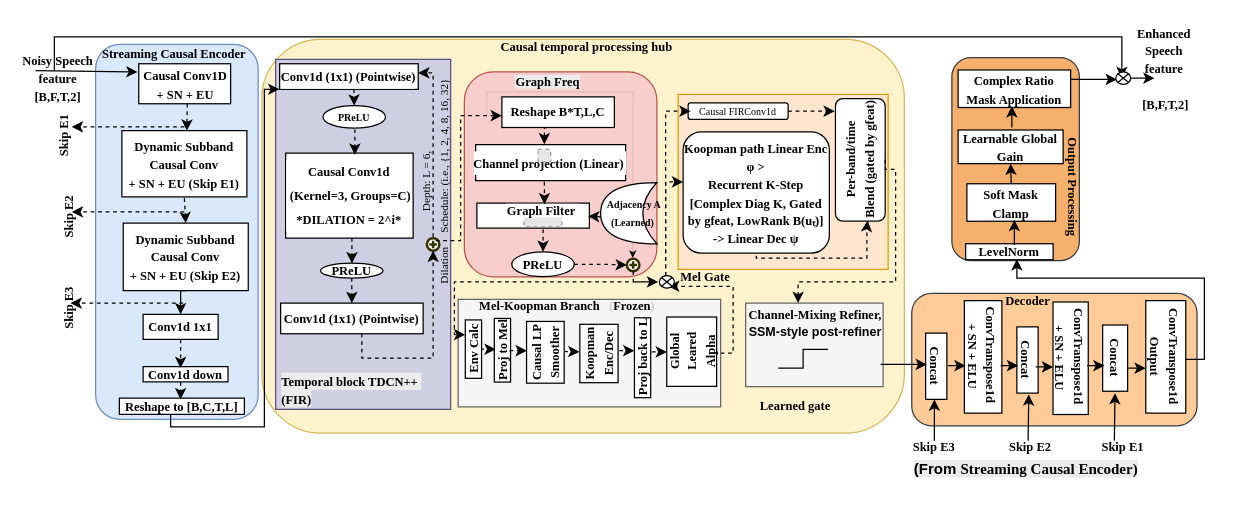
The draw.io diagram MyMelKoop.drawio in drchk/Visuasdd, before the edit. Source tidied: cells renumbered, new cells numbered last; positions are measured from the earlier drawing's top-left corner, leaving out a move shared by most shapes. Both pictures are drawn from the tidied source at 125%, with x=0, y=0 at pixel (11, 28). Pictures stored in the file or linked from it are replaced by grey dashed boxes.
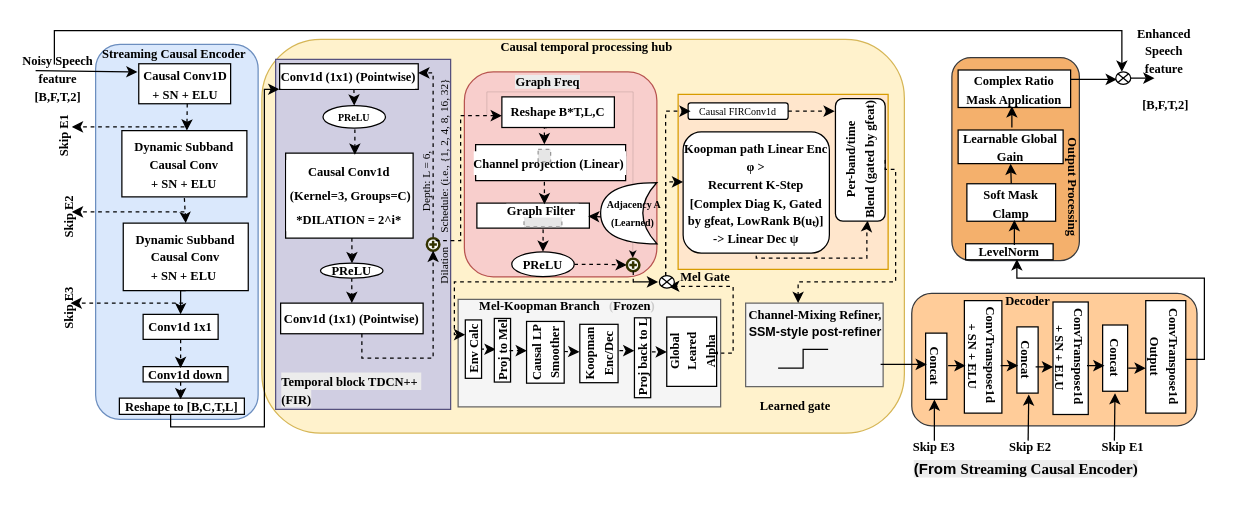
After the change.

Change to the diagram source:
```diff
@@
-    <mxCell id="5" value="&lt;font style=&quot;font-size: 10px;&quot; face=&quot;Times New Roman&quot;&gt;&lt;b style=&quot;&quot;&gt;Causal Conv1D&lt;/b&gt;&lt;/font&gt;&lt;div&gt;&lt;font style=&quot;font-size: 10px;&quot; face=&quot;Times New Roman&quot;&gt;&lt;b style=&quot;&quot;&gt;+ SN + EU&lt;/b&gt;&lt;/font&gt;&lt;/div&gt;" style="rounded=0;whiteSpace=wrap;html=1;" parent="1" vertex="1">
+    <mxCell id="5" value="&lt;font style=&quot;font-size: 10px;&quot; face=&quot;Times New Roman&quot;&gt;&lt;b style=&quot;&quot;&gt;Causal Conv1D&lt;/b&gt;&lt;/font&gt;&lt;div&gt;&lt;font style=&quot;font-size: 10px;&quot; face=&quot;Times New Roman&quot;&gt;&lt;b style=&quot;&quot;&gt;+ SN + ELU&lt;/b&gt;&lt;/font&gt;&lt;/div&gt;" style="rounded=0;whiteSpace=wrap;html=1;" parent="1" vertex="1">
       <mxGeometry x="101.5" y="28.5" width="73.5" height="32" as="geometry" />
     </mxCell>
-    <mxCell id="6" value="&lt;font face=&quot;Times New Roman&quot; style=&quot;font-size: 10px;&quot;&gt;&lt;b style=&quot;&quot;&gt;Dynamic Subband&lt;/b&gt;&lt;/font&gt;&lt;div&gt;&lt;font face=&quot;Times New Roman&quot; style=&quot;font-size: 10px;&quot;&gt;&lt;b&gt;Causal Conv&lt;/b&gt;&lt;/font&gt;&lt;/div&gt;&lt;div&gt;&lt;b&gt;&lt;font style=&quot;font-size: 10px;&quot;&gt;&lt;font face=&quot;Times New Roman&quot; style=&quot;&quot;&gt;+ SN + EU&amp;nbsp;&lt;/font&gt;&lt;span style=&quot;font-family: &amp;quot;Times New Roman&amp;quot;; background-color: transparent; color: light-dark(rgb(0, 0, 0), rgb(255, 255, 255));&quot;&gt;(Skip E1)&lt;/span&gt;&lt;/font&gt;&lt;/b&gt;&lt;/div&gt;" style="rounded=0;whiteSpace=wrap;html=1;" parent="1" vertex="1">
+    <mxCell id="6" value="&lt;font face=&quot;Times New Roman&quot; style=&quot;font-size: 10px;&quot;&gt;&lt;b style=&quot;&quot;&gt;Dynamic Subband&lt;/b&gt;&lt;/font&gt;&lt;div&gt;&lt;font face=&quot;Times New Roman&quot; style=&quot;font-size: 10px;&quot;&gt;&lt;b&gt;Causal Conv&lt;/b&gt;&lt;/font&gt;&lt;/div&gt;&lt;div&gt;&lt;b&gt;&lt;font style=&quot;font-size: 10px;&quot;&gt;&lt;font face=&quot;Times New Roman&quot; style=&quot;&quot;&gt;+ SN + ELU&lt;/font&gt;&lt;/font&gt;&lt;/b&gt;&lt;/div&gt;" style="rounded=0;whiteSpace=wrap;html=1;" parent="1" vertex="1">
       <mxGeometry x="88" y="82" width="100" height="53" as="geometry" />
     </mxCell>
@@
-    <mxCell id="8" value="&lt;font face=&quot;Times New Roman&quot; style=&quot;font-size: 10px;&quot;&gt;&lt;b style=&quot;&quot;&gt;Dynamic Subband&lt;/b&gt;&lt;/font&gt;&lt;div&gt;&lt;font face=&quot;Times New Roman&quot; style=&quot;font-size: 10px;&quot;&gt;&lt;b&gt;Causal Conv&lt;/b&gt;&lt;/font&gt;&lt;/div&gt;&lt;div&gt;&lt;b&gt;&lt;font style=&quot;font-size: 10px;&quot;&gt;&lt;font face=&quot;Times New Roman&quot; style=&quot;&quot;&gt;+ SN + EU&amp;nbsp;&lt;/font&gt;&lt;span style=&quot;font-family: &amp;quot;Times New Roman&amp;quot;; background-color: transparent; color: light-dark(rgb(0, 0, 0), rgb(255, 255, 255));&quot;&gt;(Skip E2)&lt;/span&gt;&lt;/font&gt;&lt;/b&gt;&lt;/div&gt;" style="rounded=0;whiteSpace=wrap;html=1;" parent="1" vertex="1">
+    <mxCell id="8" value="&lt;font face=&quot;Times New Roman&quot; style=&quot;font-size: 10px;&quot;&gt;&lt;b style=&quot;&quot;&gt;Dynamic Subband&lt;/b&gt;&lt;/font&gt;&lt;div&gt;&lt;font face=&quot;Times New Roman&quot; style=&quot;font-size: 10px;&quot;&gt;&lt;b&gt;Causal Conv&lt;/b&gt;&lt;/font&gt;&lt;/div&gt;&lt;div&gt;&lt;b&gt;&lt;font style=&quot;font-size: 10px;&quot;&gt;&lt;font face=&quot;Times New Roman&quot; style=&quot;&quot;&gt;+ SN + ELU&amp;nbsp;&lt;/font&gt;&lt;/font&gt;&lt;/b&gt;&lt;/div&gt;" style="rounded=0;whiteSpace=wrap;html=1;" parent="1" vertex="1">
       <mxGeometry x="89.1" y="156" width="100" height="54" as="geometry" />
     </mxCell>
@@
     <mxCell id="78" style="edgeStyle=orthogonalEdgeStyle;rounded=0;orthogonalLoop=1;jettySize=auto;html=1;entryX=0.5;entryY=0;entryDx=0;entryDy=0;entryPerimeter=0;" parent="1" edge="1">
       <mxGeometry relative="1" as="geometry">
-        <mxPoint x="34" y="34" as="sourcePoint" />
-        <mxPoint x="888" y="40" as="targetPoint" />
+        <mxPoint x="34" y="29" as="sourcePoint" />
+        <mxPoint x="888" y="35" as="targetPoint" />
         <Array as="points">
-          <mxPoint x="34" y="7" />
-          <mxPoint x="888.1" y="7" />
+          <mxPoint x="34" y="2" />
+          <mxPoint x="888.1" y="2" />
         </Array>
       </mxGeometry>
     </mxCell>
```
